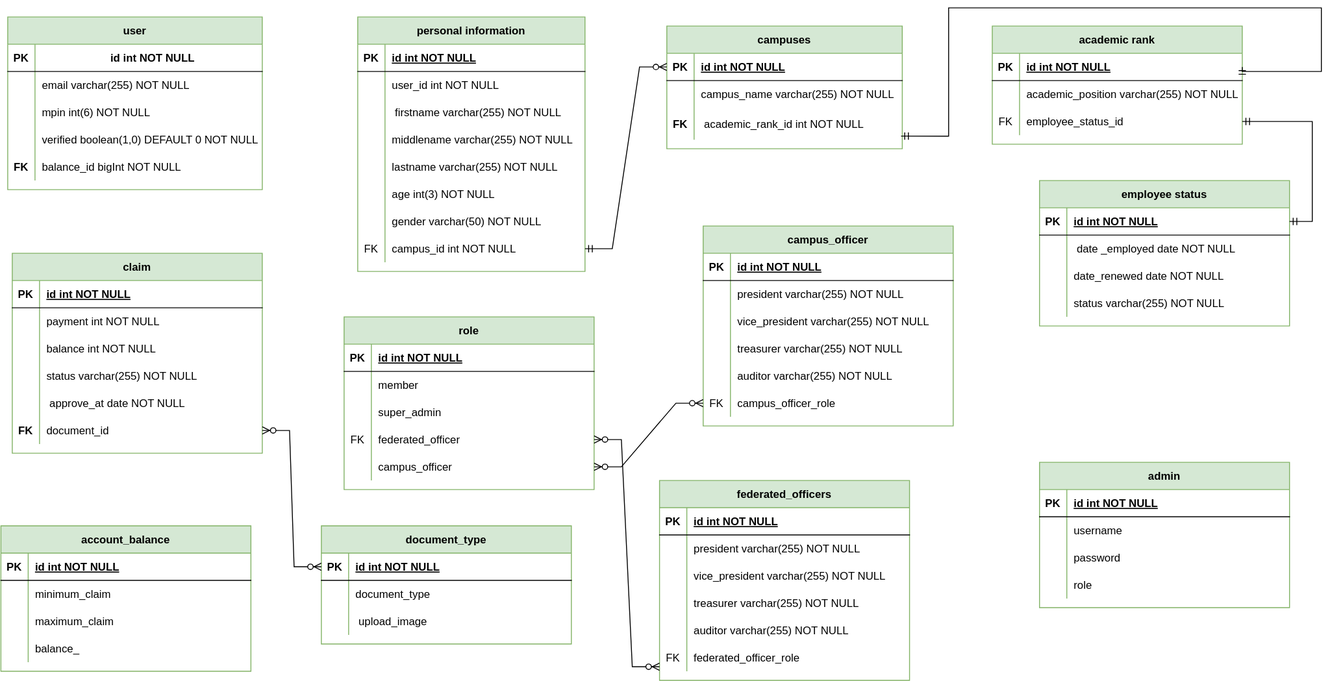
Above: faculty_association.drawio.svg in john-rashin/database_scheme (draw.io), before the change. Source tidied: cells renumbered, new cells last; positions are measured from the earlier drawing's top-left corner, leaving out a move shared by most shapes.
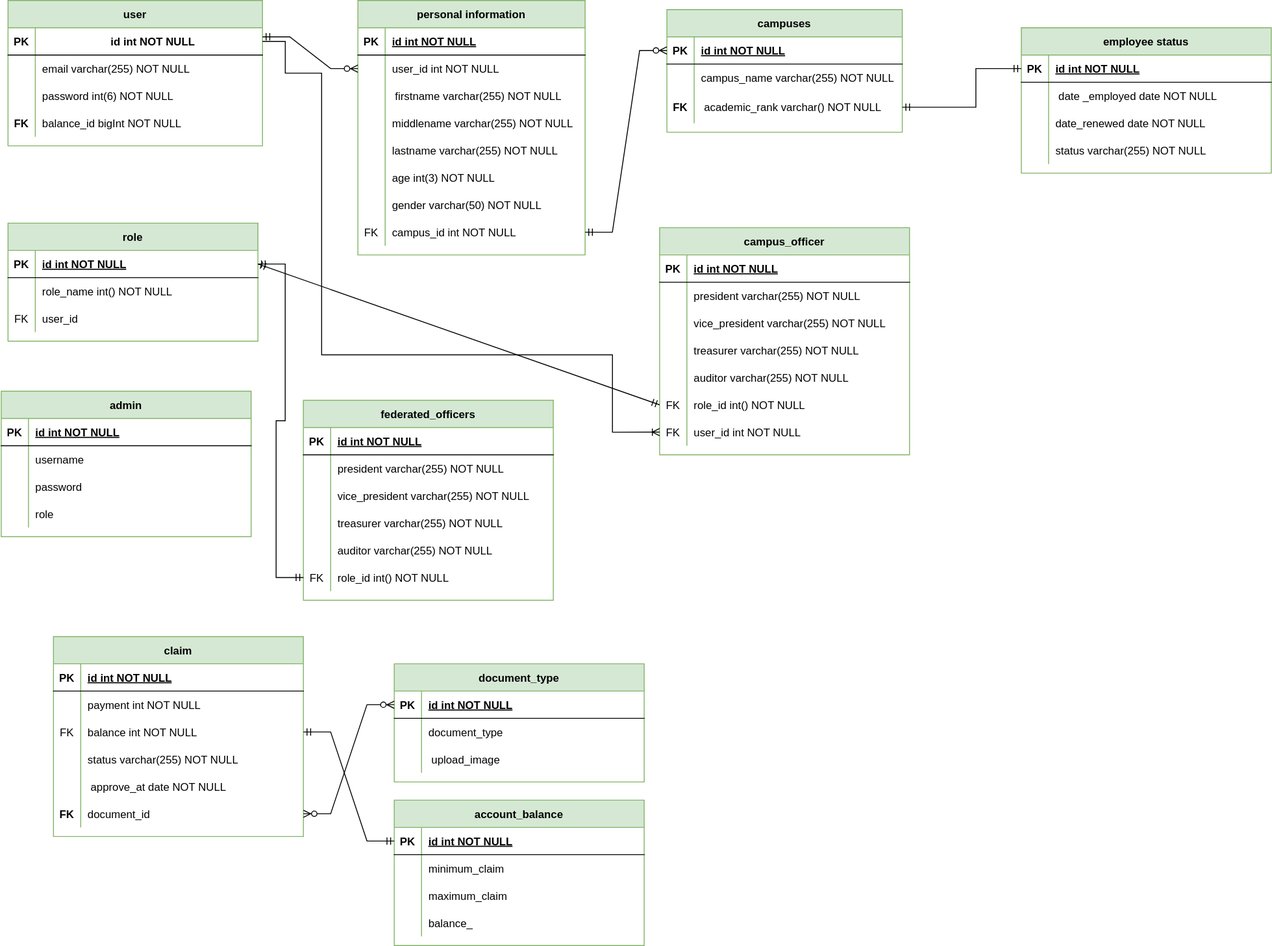
After the change.

What changed in the source:
```diff
@@ -80,3 +80,3 @@
     <mxCell id="27" value="user" style="shape=table;startSize=30;rowLines=0;fontStyle=1;align=center;fillColor=#d5e8d4;strokeColor=#82b366;" parent="1" vertex="1">
-      <mxGeometry x="7" y="10" width="280" height="190" as="geometry" />
+      <mxGeometry x="7" y="10" width="280" height="160" as="geometry" />
     </mxCell>
@@ -106,16 +106,7 @@
     </mxCell>
-    <mxCell id="36" value="mpin int(6) NOT NULL" style="shape=partialRectangle;fillColor=none;top=0;left=0;bottom=0;right=0;align=left;spacingLeft=6;overflow=hidden;" parent="34" vertex="1">
+    <mxCell id="36" value="password int(6) NOT NULL" style="shape=partialRectangle;fillColor=none;top=0;left=0;bottom=0;right=0;align=left;spacingLeft=6;overflow=hidden;" parent="34" vertex="1">
       <mxGeometry x="30" width="250" height="30" as="geometry" />
     </mxCell>
-    <mxCell id="37" style="shape=tableRow;horizontal=0;startSize=0;swimlaneHead=0;swimlaneBody=0;fillColor=none;top=0;left=0;right=0;bottom=0;" parent="27" vertex="1">
-      <mxGeometry y="120" width="280" height="30" as="geometry" />
-    </mxCell>
-    <mxCell id="38" style="shape=partialRectangle;fillColor=none;top=0;left=0;bottom=0;right=0;overflow=hidden;" parent="37" vertex="1">
-      <mxGeometry width="30" height="30" as="geometry" />
-    </mxCell>
-    <mxCell id="39" value="verified boolean(1,0) DEFAULT 0 NOT NULL" style="shape=partialRectangle;fillColor=none;top=0;left=0;bottom=0;right=0;align=left;spacingLeft=6;overflow=hidden;" parent="37" vertex="1">
-      <mxGeometry x="30" width="250" height="30" as="geometry" />
-    </mxCell>
     <mxCell id="40" style="shape=tableRow;horizontal=0;startSize=0;swimlaneHead=0;swimlaneBody=0;fillColor=none;top=0;left=0;right=0;bottom=0;" parent="27" vertex="1">
-      <mxGeometry y="150" width="280" height="30" as="geometry" />
+      <mxGeometry y="120" width="280" height="30" as="geometry" />
     </mxCell>
@@ -157,3 +148,3 @@
     </mxCell>
-    <mxCell id="53" value=" academic_rank_id int NOT NULL" style="shape=partialRectangle;overflow=hidden;fillColor=none;top=0;left=0;bottom=0;right=0;align=left;spacingLeft=6;" parent="51" vertex="1">
+    <mxCell id="53" value=" academic_rank varchar() NOT NULL" style="shape=partialRectangle;overflow=hidden;fillColor=none;top=0;left=0;bottom=0;right=0;align=left;spacingLeft=6;" parent="51" vertex="1">
       <mxGeometry x="30" width="229" height="35" as="geometry" />
@@ -161,3 +152,3 @@
     <mxCell id="54" value="employee status" style="shape=table;startSize=30;rowLines=0;fontStyle=1;align=center;fillColor=#d5e8d4;strokeColor=#82b366;" parent="1" vertex="1">
-      <mxGeometry x="1142" y="190" width="275" height="160" as="geometry" />
+      <mxGeometry x="1122" y="40" width="275" height="160" as="geometry" />
     </mxCell>
@@ -199,32 +190,2 @@
     </mxCell>
-    <mxCell id="67" value="academic rank" style="shape=table;startSize=30;rowLines=0;fontStyle=1;align=center;fillColor=#d5e8d4;strokeColor=#82b366;" parent="1" vertex="1">
-      <mxGeometry x="1090" y="20" width="275" height="130" as="geometry" />
-    </mxCell>
-    <mxCell id="68" style="shape=partialRectangle;fillColor=none;points=[[0,0.5],[1,0.5]];portConstraint=eastwest;top=0;left=0;right=0;bottom=1;" parent="67" vertex="1">
-      <mxGeometry y="30" width="275" height="30" as="geometry" />
-    </mxCell>
-    <mxCell id="69" value="PK" style="shape=partialRectangle;overflow=hidden;fillColor=none;top=0;left=0;bottom=0;right=0;fontStyle=1;" parent="68" vertex="1">
-      <mxGeometry width="30" height="30" as="geometry" />
-    </mxCell>
-    <mxCell id="70" value="id int NOT NULL " style="shape=partialRectangle;overflow=hidden;fillColor=none;top=0;left=0;bottom=0;right=0;align=left;spacingLeft=6;fontStyle=5;" parent="68" vertex="1">
-      <mxGeometry x="30" width="245" height="30" as="geometry" />
-    </mxCell>
-    <mxCell id="71" style="shape=partialRectangle;fillColor=none;top=0;left=0;right=0;bottom=0;" parent="67" vertex="1">
-      <mxGeometry y="60" width="275" height="30" as="geometry" />
-    </mxCell>
-    <mxCell id="72" style="shape=partialRectangle;overflow=hidden;fillColor=none;top=0;left=0;bottom=0;right=0;" parent="71" vertex="1">
-      <mxGeometry width="30" height="30" as="geometry" />
-    </mxCell>
-    <mxCell id="73" value="academic_position varchar(255) NOT NULL" style="shape=partialRectangle;overflow=hidden;fillColor=none;top=0;left=0;bottom=0;right=0;align=left;spacingLeft=6;" parent="71" vertex="1">
-      <mxGeometry x="30" width="245" height="30" as="geometry" />
-    </mxCell>
-    <mxCell id="74" style="shape=partialRectangle;fillColor=none;points=[[0,0.5],[1,0.5]];portConstraint=eastwest;top=0;left=0;right=0;bottom=0;" parent="67" vertex="1">
-      <mxGeometry y="90" width="275" height="30" as="geometry" />
-    </mxCell>
-    <mxCell id="75" value="FK" style="shape=partialRectangle;overflow=hidden;fillColor=none;top=0;left=0;bottom=0;right=0;" parent="74" vertex="1">
-      <mxGeometry width="30" height="30" as="geometry" />
-    </mxCell>
-    <mxCell id="76" value="employee_status_id" style="shape=partialRectangle;overflow=hidden;fillColor=none;top=0;left=0;bottom=0;right=0;align=left;spacingLeft=6;" parent="74" vertex="1">
-      <mxGeometry x="30" width="245" height="30" as="geometry" />
-    </mxCell>
     <mxCell id="77" style="edgeStyle=entityRelationEdgeStyle;fontSize=12;html=1;endArrow=ERzeroToMany;startArrow=ERmandOne;rounded=0;entryX=0;entryY=0.5;entryDx=0;entryDy=0;" parent="1" edge="1" source="24" target="45">
@@ -241,6 +202,7 @@
     </mxCell>
-    <mxCell id="78" style="fontSize=12;html=1;endArrow=ERmandOne;startArrow=ERmandOne;rounded=0;exitX=1;exitY=0.5;exitDx=0;exitDy=0;edgeStyle=elbowEdgeStyle;entryX=1;entryY=0.5;entryDx=0;entryDy=0;" parent="1" edge="1" source="74" target="55">
+    <mxCell id="78" style="fontSize=12;html=1;endArrow=ERmandOne;startArrow=ERmandOne;rounded=0;exitX=1;exitY=0.5;exitDx=0;exitDy=0;edgeStyle=elbowEdgeStyle;entryX=0;entryY=0.5;entryDx=0;entryDy=0;" parent="1" edge="1" source="51" target="55">
       <mxGeometry relative="1" as="geometry">
         <Array as="points">
-          <mxPoint x="1442" y="130" />
+          <mxPoint x="1072" y="120" />
+          <mxPoint x="1442" y="62.5" />
         </Array>
@@ -248,15 +210,4 @@
     </mxCell>
-    <mxCell id="79" style="fontSize=12;html=1;endArrow=ERmandOne;startArrow=ERmandOne;rounded=0;exitX=0.995;exitY=0.888;exitDx=0;exitDy=0;entryX=1;entryY=0.5;entryDx=0;entryDy=0;elbow=vertical;edgeStyle=orthogonalEdgeStyle;exitPerimeter=0;" parent="1" edge="1" source="51" target="68">
-      <mxGeometry relative="1" as="geometry">
-        <Array as="points">
-          <mxPoint x="1042" y="141" />
-          <mxPoint x="1042" />
-          <mxPoint x="1452" />
-          <mxPoint x="1452" y="70" />
-          <mxPoint x="1365" y="70" />
-        </Array>
-      </mxGeometry>
-    </mxCell>
     <mxCell id="80" value="federated_officers" style="shape=table;startSize=30;rowLines=0;fontStyle=1;align=center;fillColor=#d5e8d4;strokeColor=#82b366;" parent="1" vertex="1">
-      <mxGeometry x="724" y="520" width="275" height="220" as="geometry" />
+      <mxGeometry x="332" y="450" width="275" height="220" as="geometry" />
     </mxCell>
@@ -313,3 +264,3 @@
     </mxCell>
-    <mxCell id="98" value="federated_officer_role" style="shape=partialRectangle;overflow=hidden;fillColor=none;top=0;left=0;bottom=0;right=0;align=left;spacingLeft=6;" parent="96" vertex="1">
+    <mxCell id="98" value="role_id int() NOT NULL" style="shape=partialRectangle;overflow=hidden;fillColor=none;top=0;left=0;bottom=0;right=0;align=left;spacingLeft=6;" parent="96" vertex="1">
       <mxGeometry x="30" width="245" height="30" as="geometry" />
@@ -317,3 +268,3 @@
     <mxCell id="99" value="role" style="shape=table;startSize=30;rowLines=0;fontStyle=1;align=center;fillColor=#d5e8d4;strokeColor=#82b366;" parent="1" vertex="1">
-      <mxGeometry x="377" y="340" width="275" height="190" as="geometry" />
+      <mxGeometry x="7" y="255" width="275" height="130" as="geometry" />
     </mxCell>
@@ -334,3 +285,3 @@
     </mxCell>
-    <mxCell id="105" value="member" style="shape=partialRectangle;overflow=hidden;fillColor=none;top=0;left=0;bottom=0;right=0;align=left;spacingLeft=6;" parent="103" vertex="1">
+    <mxCell id="105" value="role_name int() NOT NULL" style="shape=partialRectangle;overflow=hidden;fillColor=none;top=0;left=0;bottom=0;right=0;align=left;spacingLeft=6;" parent="103" vertex="1">
       <mxGeometry x="30" width="245" height="30" as="geometry" />
@@ -340,28 +291,10 @@
     </mxCell>
-    <mxCell id="107" style="shape=partialRectangle;overflow=hidden;fillColor=none;top=0;left=0;bottom=0;right=0;" parent="106" vertex="1">
+    <mxCell id="107" value="FK" style="shape=partialRectangle;overflow=hidden;fillColor=none;top=0;left=0;bottom=0;right=0;" parent="106" vertex="1">
       <mxGeometry width="30" height="30" as="geometry" />
     </mxCell>
-    <mxCell id="108" value="super_admin" style="shape=partialRectangle;overflow=hidden;fillColor=none;top=0;left=0;bottom=0;right=0;align=left;spacingLeft=6;" parent="106" vertex="1">
+    <mxCell id="108" value="user_id" style="shape=partialRectangle;overflow=hidden;fillColor=none;top=0;left=0;bottom=0;right=0;align=left;spacingLeft=6;" parent="106" vertex="1">
       <mxGeometry x="30" width="245" height="30" as="geometry" />
     </mxCell>
-    <mxCell id="109" style="shape=partialRectangle;fillColor=none;points=[[0,0.5],[1,0.5]];portConstraint=eastwest;top=0;left=0;right=0;bottom=0;" parent="99" vertex="1">
-      <mxGeometry y="120" width="275" height="30" as="geometry" />
-    </mxCell>
-    <mxCell id="110" value="FK" style="shape=partialRectangle;overflow=hidden;fillColor=none;top=0;left=0;bottom=0;right=0;" parent="109" vertex="1">
-      <mxGeometry width="30" height="30" as="geometry" />
-    </mxCell>
-    <mxCell id="111" value="federated_officer" style="shape=partialRectangle;overflow=hidden;fillColor=none;top=0;left=0;bottom=0;right=0;align=left;spacingLeft=6;" parent="109" vertex="1">
-      <mxGeometry x="30" width="245" height="30" as="geometry" />
-    </mxCell>
-    <mxCell id="112" style="shape=partialRectangle;fillColor=none;points=[[0,0.5],[1,0.5]];portConstraint=eastwest;top=0;left=0;right=0;bottom=0;" parent="99" vertex="1">
-      <mxGeometry y="150" width="275" height="30" as="geometry" />
-    </mxCell>
-    <mxCell id="113" style="shape=partialRectangle;overflow=hidden;fillColor=none;top=0;left=0;bottom=0;right=0;" parent="112" vertex="1">
-      <mxGeometry width="30" height="30" as="geometry" />
-    </mxCell>
-    <mxCell id="114" value="campus_officer" style="shape=partialRectangle;overflow=hidden;fillColor=none;top=0;left=0;bottom=0;right=0;align=left;spacingLeft=6;" parent="112" vertex="1">
-      <mxGeometry x="30" width="245" height="30" as="geometry" />
-    </mxCell>
     <mxCell id="115" value="claim" style="shape=table;startSize=30;rowLines=0;fontStyle=1;align=center;fillColor=#d5e8d4;strokeColor=#82b366;" parent="1" vertex="1">
-      <mxGeometry x="12" y="270" width="275" height="220" as="geometry" />
+      <mxGeometry x="57" y="710" width="275" height="220" as="geometry" />
     </mxCell>
@@ -388,3 +321,3 @@
     </mxCell>
-    <mxCell id="123" style="shape=partialRectangle;overflow=hidden;fillColor=none;top=0;left=0;bottom=0;right=0;" parent="122" vertex="1">
+    <mxCell id="123" value="FK" style="shape=partialRectangle;overflow=hidden;fillColor=none;top=0;left=0;bottom=0;right=0;" parent="122" vertex="1">
       <mxGeometry width="30" height="30" as="geometry" />
@@ -422,3 +355,3 @@
     <mxCell id="134" value="campus_officer" style="shape=table;startSize=30;rowLines=0;fontStyle=1;align=center;fillColor=#d5e8d4;strokeColor=#82b366;" parent="1" vertex="1">
-      <mxGeometry x="772" y="240" width="275" height="220" as="geometry" />
+      <mxGeometry x="724" y="260" width="275" height="250" as="geometry" />
     </mxCell>
@@ -475,7 +408,16 @@
     </mxCell>
-    <mxCell id="152" value="campus_officer_role" style="shape=partialRectangle;overflow=hidden;fillColor=none;top=0;left=0;bottom=0;right=0;align=left;spacingLeft=6;" parent="150" vertex="1">
+    <mxCell id="152" value="role_id int() NOT NULL" style="shape=partialRectangle;overflow=hidden;fillColor=none;top=0;left=0;bottom=0;right=0;align=left;spacingLeft=6;" parent="150" vertex="1">
       <mxGeometry x="30" width="245" height="30" as="geometry" />
     </mxCell>
+    <mxCell id="192" style="shape=partialRectangle;fillColor=none;points=[[0,0.5],[1,0.5]];portConstraint=eastwest;top=0;left=0;right=0;bottom=0;" parent="134" vertex="1">
+      <mxGeometry y="210" width="275" height="30" as="geometry" />
+    </mxCell>
+    <mxCell id="193" value="FK" style="shape=partialRectangle;overflow=hidden;fillColor=none;top=0;left=0;bottom=0;right=0;" parent="192" vertex="1">
+      <mxGeometry width="30" height="30" as="geometry" />
+    </mxCell>
+    <mxCell id="194" value="user_id int NOT NULL" style="shape=partialRectangle;overflow=hidden;fillColor=none;top=0;left=0;bottom=0;right=0;align=left;spacingLeft=6;" parent="192" vertex="1">
+      <mxGeometry x="30" width="245" height="30" as="geometry" />
+    </mxCell>
     <mxCell id="153" value="document_type" style="shape=table;startSize=30;rowLines=0;fontStyle=1;align=center;fillColor=#d5e8d4;strokeColor=#82b366;" parent="1" vertex="1">
-      <mxGeometry x="352" y="570" width="275" height="130" as="geometry" />
+      <mxGeometry x="432" y="740" width="275" height="130" as="geometry" />
     </mxCell>
@@ -509,3 +451,3 @@
     <mxCell id="163" value="admin" style="shape=table;startSize=30;rowLines=0;fontStyle=1;align=center;fillColor=#d5e8d4;strokeColor=#82b366;" parent="1" vertex="1">
-      <mxGeometry x="1142" y="500" width="275" height="160" as="geometry" />
+      <mxGeometry x="-0.5" y="440" width="275" height="160" as="geometry" />
     </mxCell>
@@ -548,3 +490,3 @@
     <mxCell id="176" value="account_balance" style="shape=table;startSize=30;rowLines=0;fontStyle=1;align=center;fillColor=#d5e8d4;strokeColor=#82b366;" parent="1" vertex="1">
-      <mxGeometry x="-0.5" y="570" width="275" height="160" as="geometry" />
+      <mxGeometry x="432" y="890" width="275" height="160" as="geometry" />
     </mxCell>
@@ -589,3 +531,3 @@
     </mxCell>
-    <mxCell id="190" style="edgeStyle=entityRelationEdgeStyle;fontSize=12;html=1;endArrow=ERzeroToMany;endFill=1;startArrow=ERzeroToMany;rounded=0;entryX=0;entryY=0.5;entryDx=0;entryDy=0;exitX=1;exitY=0.5;exitDx=0;exitDy=0;" parent="1" edge="1" source="109">
+    <mxCell id="190" style="edgeStyle=entityRelationEdgeStyle;fontSize=12;html=1;endArrow=ERzeroToMany;endFill=1;startArrow=ERzeroToMany;rounded=0;entryX=0;entryY=0.5;entryDx=0;entryDy=0;exitX=1;exitY=0.5;exitDx=0;exitDy=0;" parent="1" edge="1" source="x">
       <mxGeometry relative="1" as="geometry">
@@ -594,3 +536,3 @@
     </mxCell>
-    <mxCell id="191" style="edgeStyle=entityRelationEdgeStyle;fontSize=12;html=1;endArrow=ERzeroToMany;endFill=1;startArrow=ERzeroToMany;rounded=0;entryX=1;entryY=0.5;entryDx=0;entryDy=0;exitX=0;exitY=0.5;exitDx=0;exitDy=0;" parent="1" edge="1" source="150" target="112">
+    <mxCell id="191" style="edgeStyle=entityRelationEdgeStyle;fontSize=12;html=1;endArrow=ERzeroToMany;endFill=1;startArrow=ERzeroToMany;rounded=0;entryX=1;entryY=0.5;entryDx=0;entryDy=0;exitX=0;exitY=0.5;exitDx=0;exitDy=0;" parent="1" edge="1" source="150" target="x">
       <mxGeometry relative="1" as="geometry">
@@ -601,2 +543,40 @@
     </mxCell>
+    <mxCell id="195" style="edgeStyle=entityRelationEdgeStyle;fontSize=12;html=1;endArrow=ERzeroToMany;startArrow=ERmandOne;rounded=0;entryX=0;entryY=0.5;entryDx=0;entryDy=0;exitX=1;exitY=0.25;exitDx=0;exitDy=0;" parent="1" edge="1" source="27" target="6">
+      <mxGeometry relative="1" as="geometry">
+        <Array as="points">
+          <mxPoint x="332" y="285" />
+          <mxPoint x="372" y="200" />
+          <mxPoint x="332" y="85" />
+          <mxPoint x="362" y="190" />
+          <mxPoint x="322" y="260" />
+          <mxPoint x="342" y="285" />
+        </Array>
+      </mxGeometry>
+    </mxCell>
+    <mxCell id="196" style="edgeStyle=orthogonalEdgeStyle;fontSize=12;html=1;endArrow=ERoneToMany;rounded=0;entryX=0;entryY=0.5;entryDx=0;entryDy=0;exitX=1;exitY=0.5;exitDx=0;exitDy=0;" parent="1" edge="1" source="28" target="192">
+      <mxGeometry relative="1" as="geometry">
+        <Array as="points">
+          <mxPoint x="312" y="55" />
+          <mxPoint x="312" y="90" />
+          <mxPoint x="352" y="90" />
+          <mxPoint x="352" y="400" />
+          <mxPoint x="672" y="400" />
+          <mxPoint x="672" y="485" />
+        </Array>
+      </mxGeometry>
+    </mxCell>
+    <mxCell id="197" style="edgeStyle=entityRelationEdgeStyle;fontSize=12;html=1;endArrow=ERmandOne;startArrow=ERmandOne;rounded=0;entryX=0;entryY=0.5;entryDx=0;entryDy=0;exitX=1;exitY=0.5;exitDx=0;exitDy=0;" parent="1" edge="1" source="100" target="96">
+      <mxGeometry relative="1" as="geometry">
+        <Array as="points">
+          <mxPoint x="-68" y="400" />
+          <mxPoint x="282" y="550" />
+        </Array>
+      </mxGeometry>
+    </mxCell>
+    <mxCell id="198" style="fontSize=12;html=1;endArrow=ERmandOne;startArrow=ERmandOne;rounded=0;entryX=0;entryY=0.5;entryDx=0;entryDy=0;exitX=1;exitY=0.5;exitDx=0;exitDy=0;elbow=vertical;" parent="1" edge="1" source="100" target="150">
+      <mxGeometry relative="1" as="geometry" />
+    </mxCell>
+    <mxCell id="199" style="edgeStyle=entityRelationEdgeStyle;fontSize=12;html=1;endArrow=ERmandOne;startArrow=ERmandOne;rounded=0;entryX=0;entryY=0.5;entryDx=0;entryDy=0;exitX=1;exitY=0.5;exitDx=0;exitDy=0;" parent="1" edge="1" source="122" target="177">
+      <mxGeometry relative="1" as="geometry" />
+    </mxCell>
   </root>
```
